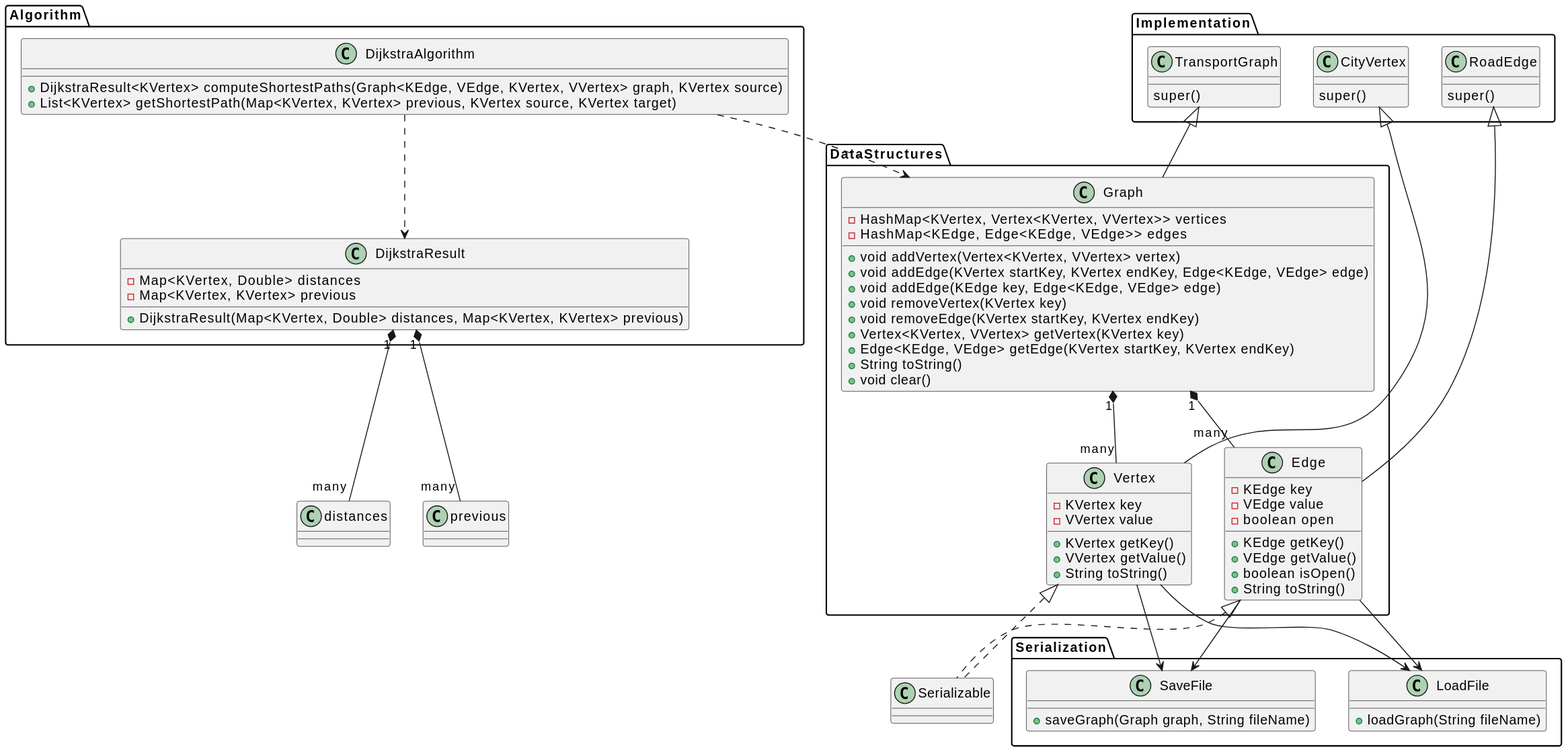
Before: sem_A/src/UML/UML.svg, a diagram exported from PlantUML (CZED0M1/NNDSA).
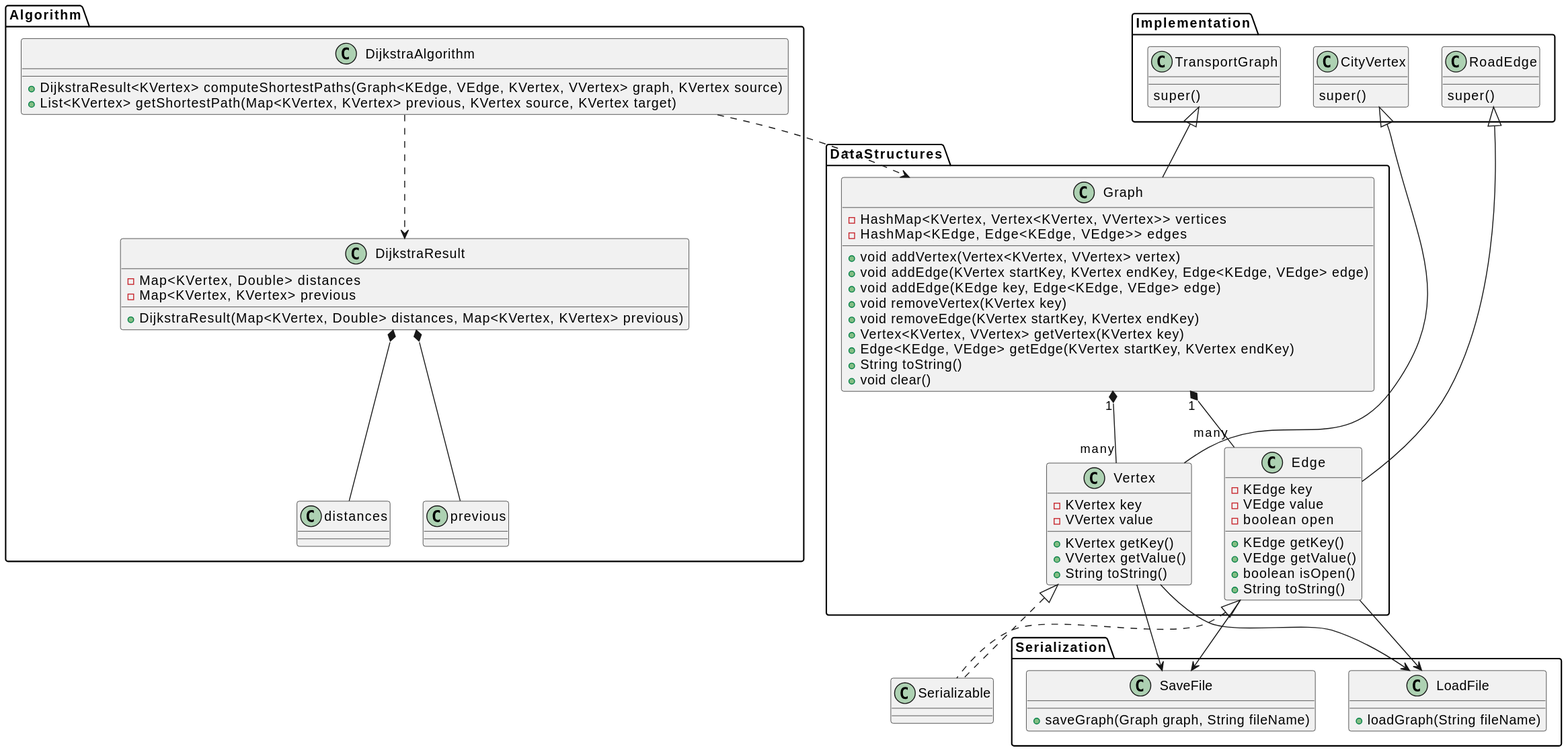
After the change.

Diff of the diagram source:
```diff
@@ -9,6 +9,8 @@
     + DijkstraResult<KVertex> computeShortestPaths(Graph<KEdge, VEdge, KVertex, VVertex> graph, KVertex source)
     + List<KVertex> getShortestPath(Map<KVertex, KVertex> previous, KVertex source, KVertex target)
 }
+    DijkstraResult *-- distances
+    DijkstraResult *-- previous
 }
 
 package DataStructures {
@@ -74,8 +76,6 @@
 Graph "1" *-- "many" Edge
 DijkstraAlgorithm ..> Graph
 DijkstraAlgorithm ..> DijkstraResult
-DijkstraResult "1" *-- "many" distances
-DijkstraResult "1" *-- "many" previous
 CityVertex <|-- Vertex
 RoadEdge <|-- Edge
 TransportGraph <|-- Graph
```
